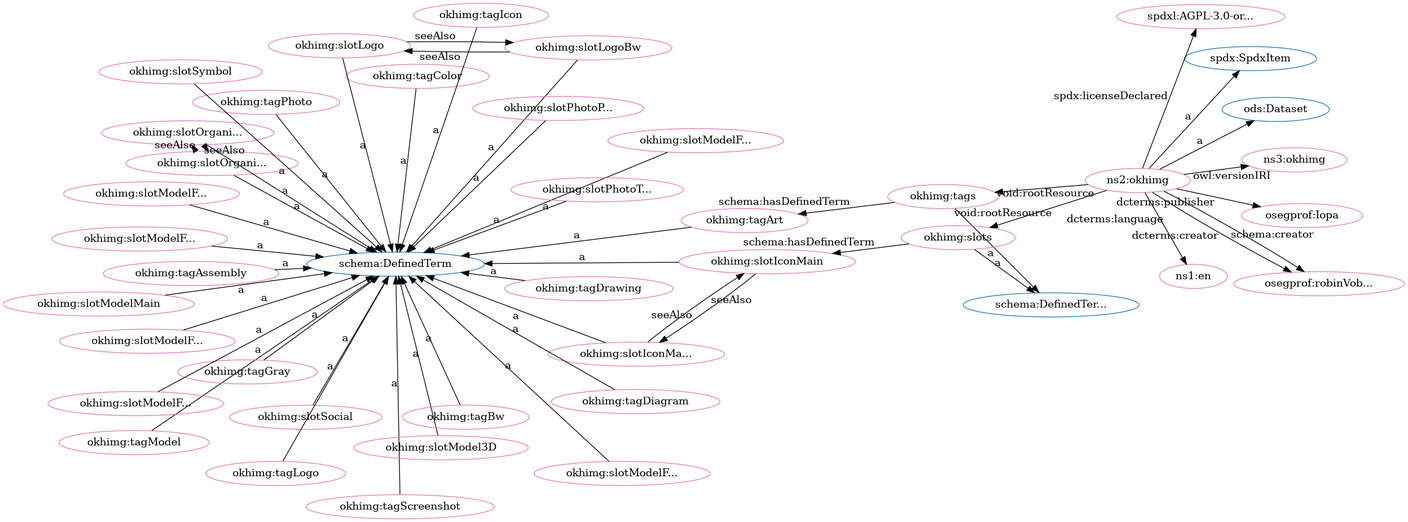
Before: src/spec/dot_okh-img-clean.png, a diagram exported from Graphviz (iop-alliance/OpenKnowHow). Its source is kept beside it as src/spec/dot_okh-img-clean.dot.
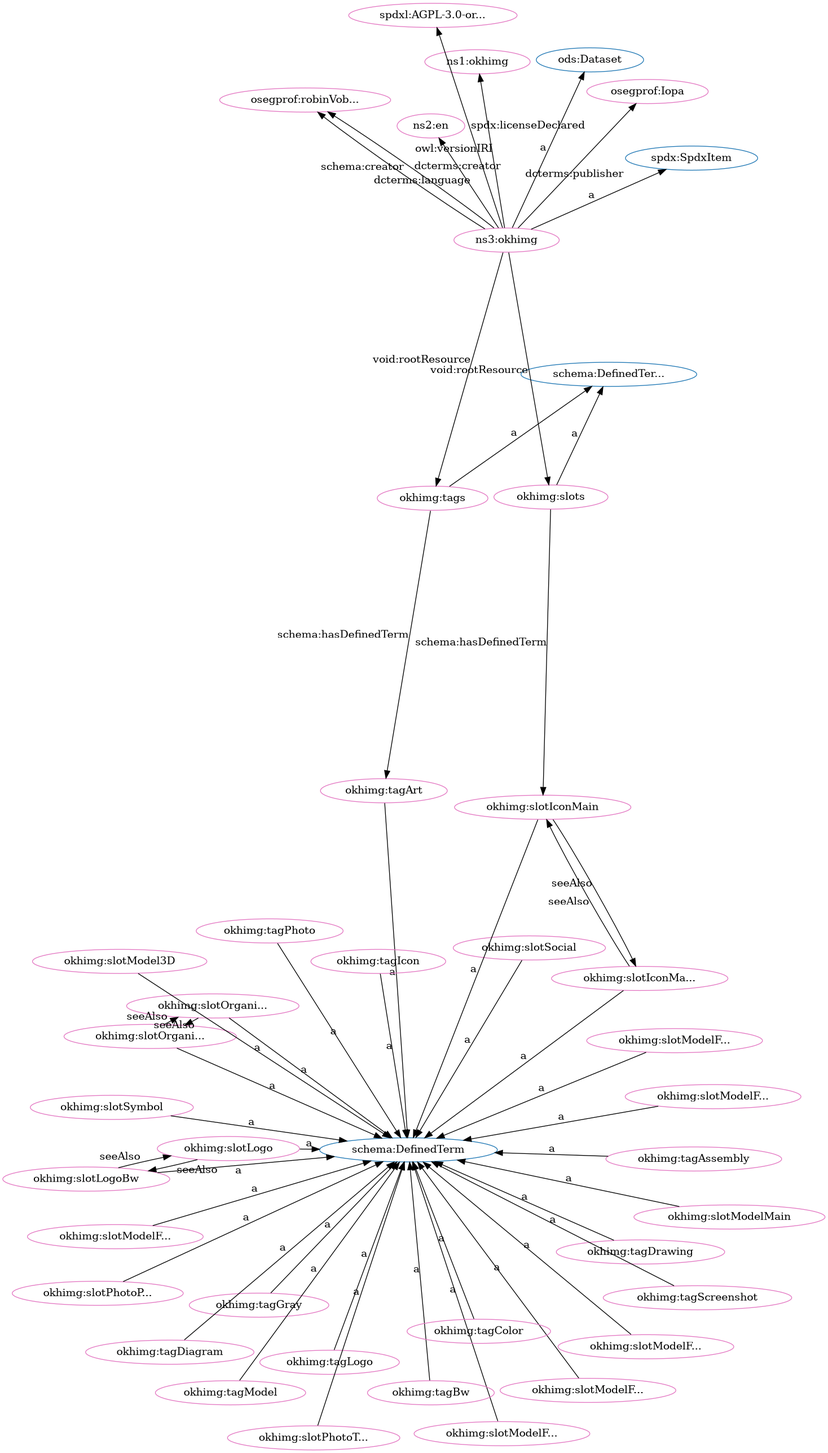
After the commit.

Change to the diagram source:
```diff
@@ -1,96 +1,96 @@
 digraph G {
   rankdir=BT
   node[height=.3]
+"http://spdx.org/rdf/terms#SpdxItem" [fillcolor="#1f77b4" color="#1f77b4" label="spdx:SpdxItem"]
+"http://schema.org/DefinedTermSet" [fillcolor="#1f77b4" color="#1f77b4" label="schema:DefinedTer..."]
 "http://schema.org/DefinedTerm" [fillcolor="#1f77b4" color="#1f77b4" label="schema:DefinedTerm"]
 "http://w3id.org/oseg/ont/ods#Dataset" [fillcolor="#1f77b4" color="#1f77b4" label="ods:Dataset"]
-"http://schema.org/DefinedTermSet" [fillcolor="#1f77b4" color="#1f77b4" label="schema:DefinedTer..."]
-"http://spdx.org/rdf/terms#SpdxItem" [fillcolor="#1f77b4" color="#1f77b4" label="spdx:SpdxItem"]
+"http://w3id.org/oseg/ont/okhimg#slotModelFromBack" [fillcolor="#e377c2" color="#e377c2" label="okhimg:slotModelF..."]
+"http://w3id.org/oseg/ont/okhimg#slotSocial" [fillcolor="#e377c2" color="#e377c2" label="okhimg:slotSocial"]
+"http://w3id.org/oseg/ont/okhimg#tagGray" [fillcolor="#e377c2" color="#e377c2" label="okhimg:tagGray"]
+"http://w3id.org/oseg/ont/okhimg#slotModelFromBelow" [fillcolor="#e377c2" color="#e377c2" label="okhimg:slotModelF..."]
 "http://w3id.org/oseg/ont/okhimg#slotOrganizationLogo" [fillcolor="#e377c2" color="#e377c2" label="okhimg:slotOrgani..."]
+"http://w3id.org/oseg/ont/0.1.0/okhimg" [fillcolor="#e377c2" color="#e377c2" label="ns1:okhimg"]
+"http://w3id.org/oseg/ont/okhimg#tags" [fillcolor="#e377c2" color="#e377c2" label="okhimg:tags"]
+"http://w3id.org/oseg/ont/oseg-profiles#robinVobruba" [fillcolor="#e377c2" color="#e377c2" label="osegprof:robinVob..."]
+"http://w3id.org/oseg/ont/okhimg#slotLogo" [fillcolor="#e377c2" color="#e377c2" label="okhimg:slotLogo"]
+"http://w3id.org/oseg/ont/okhimg#slotModelMain" [fillcolor="#e377c2" color="#e377c2" label="okhimg:slotModelMain"]
+"http://w3id.org/oseg/ont/okhimg#slotIconMain" [fillcolor="#e377c2" color="#e377c2" label="okhimg:slotIconMain"]
+"http://w3id.org/oseg/ont/okhimg#tagDrawing" [fillcolor="#e377c2" color="#e377c2" label="okhimg:tagDrawing"]
+"http://id.loc.gov/vocabulary/iso639-1/en" [fillcolor="#e377c2" color="#e377c2" label="ns2:en"]
+"http://spdx.org/licenses/AGPL-3.0-or-later" [fillcolor="#e377c2" color="#e377c2" label="spdxl:AGPL-3.0-or..."]
+"http://w3id.org/oseg/ont/okhimg#slotLogoBw" [fillcolor="#e377c2" color="#e377c2" label="okhimg:slotLogoBw"]
+"http://w3id.org/oseg/ont/okhimg#slotModelFromRight" [fillcolor="#e377c2" color="#e377c2" label="okhimg:slotModelF..."]
+"http://w3id.org/oseg/ont/okhimg#slotIconMainBw" [fillcolor="#e377c2" color="#e377c2" label="okhimg:slotIconMa..."]
+"http://w3id.org/oseg/ont/okhimg#slotModel3D" [fillcolor="#e377c2" color="#e377c2" label="okhimg:slotModel3D"]
+"http://w3id.org/oseg/ont/okhimg#slotOrganizationLogoBw" [fillcolor="#e377c2" color="#e377c2" label="okhimg:slotOrgani..."]
+"http://w3id.org/oseg/ont/okhimg" [fillcolor="#e377c2" color="#e377c2" label="ns3:okhimg"]
+"http://w3id.org/oseg/ont/okhimg#slotModelFromAbove" [fillcolor="#e377c2" color="#e377c2" label="okhimg:slotModelF..."]
+"http://w3id.org/oseg/ont/okhimg#slotSymbol" [fillcolor="#e377c2" color="#e377c2" label="okhimg:slotSymbol"]
 "http://w3id.org/oseg/ont/okhimg#tagModel" [fillcolor="#e377c2" color="#e377c2" label="okhimg:tagModel"]
-"http://w3id.org/oseg/ont/okhimg#tags" [fillcolor="#e377c2" color="#e377c2" label="okhimg:tags"]
+"http://w3id.org/oseg/ont/oseg-profiles#Iopa" [fillcolor="#e377c2" color="#e377c2" label="osegprof:Iopa"]
+"http://w3id.org/oseg/ont/okhimg#tagBw" [fillcolor="#e377c2" color="#e377c2" label="okhimg:tagBw"]
+"http://w3id.org/oseg/ont/okhimg#tagArt" [fillcolor="#e377c2" color="#e377c2" label="okhimg:tagArt"]
+"http://w3id.org/oseg/ont/okhimg#tagDiagram" [fillcolor="#e377c2" color="#e377c2" label="okhimg:tagDiagram"]
+"http://w3id.org/oseg/ont/okhimg#tagColor" [fillcolor="#e377c2" color="#e377c2" label="okhimg:tagColor"]
+"http://w3id.org/oseg/ont/okhimg#slotPhotoPackaging" [fillcolor="#e377c2" color="#e377c2" label="okhimg:slotPhotoP..."]
+"http://w3id.org/oseg/ont/okhimg#tagPhoto" [fillcolor="#e377c2" color="#e377c2" label="okhimg:tagPhoto"]
+"http://w3id.org/oseg/ont/okhimg#slotModelFromFront" [fillcolor="#e377c2" color="#e377c2" label="okhimg:slotModelF..."]
+"http://w3id.org/oseg/ont/okhimg#tagAssembly" [fillcolor="#e377c2" color="#e377c2" label="okhimg:tagAssembly"]
+"http://w3id.org/oseg/ont/okhimg#slots" [fillcolor="#e377c2" color="#e377c2" label="okhimg:slots"]
+"http://w3id.org/oseg/ont/okhimg#tagIcon" [fillcolor="#e377c2" color="#e377c2" label="okhimg:tagIcon"]
 "http://w3id.org/oseg/ont/okhimg#tagScreenshot" [fillcolor="#e377c2" color="#e377c2" label="okhimg:tagScreenshot"]
-"http://id.loc.gov/vocabulary/iso639-1/en" [fillcolor="#e377c2" color="#e377c2" label="ns1:en"]
-"http://w3id.org/oseg/ont/okhimg#slotOrganizationLogoBw" [fillcolor="#e377c2" color="#e377c2" label="okhimg:slotOrgani..."]
-"http://spdx.org/licenses/AGPL-3.0-or-later" [fillcolor="#e377c2" color="#e377c2" label="spdxl:AGPL-3.0-or..."]
-"http://w3id.org/oseg/ont/okhimg#tagGray" [fillcolor="#e377c2" color="#e377c2" label="okhimg:tagGray"]
-"http://w3id.org/oseg/ont/oseg-profiles#robinVobruba" [fillcolor="#e377c2" color="#e377c2" label="osegprof:robinVob..."]
-"http://w3id.org/oseg/ont/okhimg#slotIconMainBw" [fillcolor="#e377c2" color="#e377c2" label="okhimg:slotIconMa..."]
-"http://w3id.org/oseg/ont/okhimg#tagAssembly" [fillcolor="#e377c2" color="#e377c2" label="okhimg:tagAssembly"]
-"http://w3id.org/oseg/ont/okhimg#tagColor" [fillcolor="#e377c2" color="#e377c2" label="okhimg:tagColor"]
-"http://w3id.org/oseg/ont/okhimg#slots" [fillcolor="#e377c2" color="#e377c2" label="okhimg:slots"]
-"http://w3id.org/oseg/ont/okhimg#slotSocial" [fillcolor="#e377c2" color="#e377c2" label="okhimg:slotSocial"]
-"http://w3id.org/oseg/ont/okhimg" [fillcolor="#e377c2" color="#e377c2" label="ns2:okhimg"]
-"http://w3id.org/oseg/ont/okhimg#slotLogoBw" [fillcolor="#e377c2" color="#e377c2" label="okhimg:slotLogoBw"]
 "http://w3id.org/oseg/ont/okhimg#tagLogo" [fillcolor="#e377c2" color="#e377c2" label="okhimg:tagLogo"]
-"http://w3id.org/oseg/ont/okhimg#tagPhoto" [fillcolor="#e377c2" color="#e377c2" label="okhimg:tagPhoto"]
-"http://w3id.org/oseg/ont/okhimg#slotIconMain" [fillcolor="#e377c2" color="#e377c2" label="okhimg:slotIconMain"]
-"http://w3id.org/oseg/ont/okhimg#slotModel3D" [fillcolor="#e377c2" color="#e377c2" label="okhimg:slotModel3D"]
-"http://w3id.org/oseg/ont/0.1.0/okhimg" [fillcolor="#e377c2" color="#e377c2" label="ns3:okhimg"]
-"http://w3id.org/oseg/ont/oseg-profiles#Iopa" [fillcolor="#e377c2" color="#e377c2" label="osegprof:Iopa"]
-"http://w3id.org/oseg/ont/okhimg#slotModelMain" [fillcolor="#e377c2" color="#e377c2" label="okhimg:slotModelMain"]
-"http://w3id.org/oseg/ont/okhimg#slotModelFromAbove" [fillcolor="#e377c2" color="#e377c2" label="okhimg:slotModelF..."]
-"http://w3id.org/oseg/ont/okhimg#tagDrawing" [fillcolor="#e377c2" color="#e377c2" label="okhimg:tagDrawing"]
-"http://w3id.org/oseg/ont/okhimg#slotLogo" [fillcolor="#e377c2" color="#e377c2" label="okhimg:slotLogo"]
-"http://w3id.org/oseg/ont/okhimg#slotModelFromBelow" [fillcolor="#e377c2" color="#e377c2" label="okhimg:slotModelF..."]
+"http://w3id.org/oseg/ont/okhimg#slotPhotoThingMain" [fillcolor="#e377c2" color="#e377c2" label="okhimg:slotPhotoT..."]
 "http://w3id.org/oseg/ont/okhimg#slotModelFromLeft" [fillcolor="#e377c2" color="#e377c2" label="okhimg:slotModelF..."]
-"http://w3id.org/oseg/ont/okhimg#slotPhotoThingMain" [fillcolor="#e377c2" color="#e377c2" label="okhimg:slotPhotoT..."]
-"http://w3id.org/oseg/ont/okhimg#tagIcon" [fillcolor="#e377c2" color="#e377c2" label="okhimg:tagIcon"]
-"http://w3id.org/oseg/ont/okhimg#slotPhotoPackaging" [fillcolor="#e377c2" color="#e377c2" label="okhimg:slotPhotoP..."]
-"http://w3id.org/oseg/ont/okhimg#tagDiagram" [fillcolor="#e377c2" color="#e377c2" label="okhimg:tagDiagram"]
-"http://w3id.org/oseg/ont/okhimg#tagArt" [fillcolor="#e377c2" color="#e377c2" label="okhimg:tagArt"]
-"http://w3id.org/oseg/ont/okhimg#tagBw" [fillcolor="#e377c2" color="#e377c2" label="okhimg:tagBw"]
-"http://w3id.org/oseg/ont/okhimg#slotModelFromRight" [fillcolor="#e377c2" color="#e377c2" label="okhimg:slotModelF..."]
-"http://w3id.org/oseg/ont/okhimg#slotSymbol" [fillcolor="#e377c2" color="#e377c2" label="okhimg:slotSymbol"]
-"http://w3id.org/oseg/ont/okhimg#slotModelFromFront" [fillcolor="#e377c2" color="#e377c2" label="okhimg:slotModelF..."]
-"http://w3id.org/oseg/ont/okhimg#slotModelFromBack" [fillcolor="#e377c2" color="#e377c2" label="okhimg:slotModelF..."]
+  "http://w3id.org/oseg/ont/okhimg#slotModelFromBack" -> "http://schema.org/DefinedTerm" [label="a"]
+  "http://w3id.org/oseg/ont/okhimg#slotSocial" -> "http://schema.org/DefinedTerm" [label="a"]
+  "http://w3id.org/oseg/ont/okhimg#tagGray" -> "http://schema.org/DefinedTerm" [label="a"]
+  "http://w3id.org/oseg/ont/okhimg#slotModelFromBelow" -> "http://schema.org/DefinedTerm" [label="a"]
   "http://w3id.org/oseg/ont/okhimg#slotOrganizationLogoBw" -> "http://w3id.org/oseg/ont/okhimg#slotOrganizationLogo" [label="seeAlso"]
+  "http://w3id.org/oseg/ont/okhimg" -> "http://w3id.org/oseg/ont/0.1.0/okhimg" [label="owl:versionIRI"]
+  "http://w3id.org/oseg/ont/okhimg" -> "http://w3id.org/oseg/ont/okhimg#tags" [label="void:rootResource"]
+  "http://w3id.org/oseg/ont/okhimg" -> "http://w3id.org/oseg/ont/oseg-profiles#robinVobruba" [label="schema:creator"]
+  "http://w3id.org/oseg/ont/okhimg#slotLogoBw" -> "http://w3id.org/oseg/ont/okhimg#slotLogo" [label="seeAlso"]
+  "http://w3id.org/oseg/ont/okhimg#slotModelMain" -> "http://schema.org/DefinedTerm" [label="a"]
+  "http://w3id.org/oseg/ont/okhimg#slotIconMainBw" -> "http://w3id.org/oseg/ont/okhimg#slotIconMain" [label="seeAlso"]
+  "http://w3id.org/oseg/ont/okhimg#tagDrawing" -> "http://schema.org/DefinedTerm" [label="a"]
+  "http://w3id.org/oseg/ont/okhimg" -> "http://id.loc.gov/vocabulary/iso639-1/en" [label="dcterms:language"]
+  "http://w3id.org/oseg/ont/okhimg" -> "http://spdx.org/licenses/AGPL-3.0-or-later" [label="spdx:licenseDeclared"]
+  "http://w3id.org/oseg/ont/okhimg#slotLogoBw" -> "http://schema.org/DefinedTerm" [label="a"]
+  "http://w3id.org/oseg/ont/okhimg#slotModelFromRight" -> "http://schema.org/DefinedTerm" [label="a"]
+  "http://w3id.org/oseg/ont/okhimg#slots" -> "http://w3id.org/oseg/ont/okhimg#slotIconMain" [label="schema:hasDefinedTerm"]
+  "http://w3id.org/oseg/ont/okhimg#slotIconMain" -> "http://w3id.org/oseg/ont/okhimg#slotIconMainBw" [label="seeAlso"]
+  "http://w3id.org/oseg/ont/okhimg#slotModel3D" -> "http://schema.org/DefinedTerm" [label="a"]
+  "http://w3id.org/oseg/ont/okhimg#slotOrganizationLogo" -> "http://w3id.org/oseg/ont/okhimg#slotOrganizationLogoBw" [label="seeAlso"]
+  "http://w3id.org/oseg/ont/okhimg" -> "http://w3id.org/oseg/ont/ods#Dataset" [label="a"]
+  "http://w3id.org/oseg/ont/okhimg" -> "http://spdx.org/rdf/terms#SpdxItem" [label="a"]
+  "http://w3id.org/oseg/ont/okhimg#tags" -> "http://schema.org/DefinedTermSet" [label="a"]
+  "http://w3id.org/oseg/ont/okhimg#slotModelFromAbove" -> "http://schema.org/DefinedTerm" [label="a"]
+  "http://w3id.org/oseg/ont/okhimg#slotSymbol" -> "http://schema.org/DefinedTerm" [label="a"]
+  "http://w3id.org/oseg/ont/okhimg" -> "http://w3id.org/oseg/ont/oseg-profiles#robinVobruba" [label="dcterms:creator"]
   "http://w3id.org/oseg/ont/okhimg#tagModel" -> "http://schema.org/DefinedTerm" [label="a"]
-  "http://w3id.org/oseg/ont/okhimg" -> "http://w3id.org/oseg/ont/okhimg#tags" [label="void:rootResource"]
+  "http://w3id.org/oseg/ont/okhimg" -> "http://w3id.org/oseg/ont/oseg-profiles#Iopa" [label="dcterms:publisher"]
+  "http://w3id.org/oseg/ont/okhimg#tagBw" -> "http://schema.org/DefinedTerm" [label="a"]
+  "http://w3id.org/oseg/ont/okhimg#tags" -> "http://w3id.org/oseg/ont/okhimg#tagArt" [label="schema:hasDefinedTerm"]
+  "http://w3id.org/oseg/ont/okhimg#slotIconMain" -> "http://schema.org/DefinedTerm" [label="a"]
+  "http://w3id.org/oseg/ont/okhimg#tagDiagram" -> "http://schema.org/DefinedTerm" [label="a"]
+  "http://w3id.org/oseg/ont/okhimg#slotLogo" -> "http://schema.org/DefinedTerm" [label="a"]
+  "http://w3id.org/oseg/ont/okhimg#tagColor" -> "http://schema.org/DefinedTerm" [label="a"]
+  "http://w3id.org/oseg/ont/okhimg#slotPhotoPackaging" -> "http://schema.org/DefinedTerm" [label="a"]
+  "http://w3id.org/oseg/ont/okhimg#slotOrganizationLogo" -> "http://schema.org/DefinedTerm" [label="a"]
+  "http://w3id.org/oseg/ont/okhimg#tagPhoto" -> "http://schema.org/DefinedTerm" [label="a"]
+  "http://w3id.org/oseg/ont/okhimg#slotModelFromFront" -> "http://schema.org/DefinedTerm" [label="a"]
+  "http://w3id.org/oseg/ont/okhimg#slotIconMainBw" -> "http://schema.org/DefinedTerm" [label="a"]
+  "http://w3id.org/oseg/ont/okhimg#slotOrganizationLogoBw" -> "http://schema.org/DefinedTerm" [label="a"]
+  "http://w3id.org/oseg/ont/okhimg#tagAssembly" -> "http://schema.org/DefinedTerm" [label="a"]
+  "http://w3id.org/oseg/ont/okhimg" -> "http://w3id.org/oseg/ont/okhimg#slots" [label="void:rootResource"]
+  "http://w3id.org/oseg/ont/okhimg#slotLogo" -> "http://w3id.org/oseg/ont/okhimg#slotLogoBw" [label="seeAlso"]
+  "http://w3id.org/oseg/ont/okhimg#slots" -> "http://schema.org/DefinedTermSet" [label="a"]
+  "http://w3id.org/oseg/ont/okhimg#tagIcon" -> "http://schema.org/DefinedTerm" [label="a"]
   "http://w3id.org/oseg/ont/okhimg#tagScreenshot" -> "http://schema.org/DefinedTerm" [label="a"]
-  "http://w3id.org/oseg/ont/okhimg" -> "http://id.loc.gov/vocabulary/iso639-1/en" [label="dcterms:language"]
-  "http://w3id.org/oseg/ont/okhimg#slotOrganizationLogo" -> "http://w3id.org/oseg/ont/okhimg#slotOrganizationLogoBw" [label="seeAlso"]
-  "http://w3id.org/oseg/ont/okhimg#tags" -> "http://schema.org/DefinedTermSet" [label="a"]
-  "http://w3id.org/oseg/ont/okhimg#tagGray" -> "http://schema.org/DefinedTerm" [label="a"]
-  "http://w3id.org/oseg/ont/okhimg" -> "http://w3id.org/oseg/ont/oseg-profiles#robinVobruba" [label="schema:creator"]
-  "http://w3id.org/oseg/ont/okhimg#slotIconMainBw" -> "http://schema.org/DefinedTerm" [label="a"]
-  "http://w3id.org/oseg/ont/okhimg#tagAssembly" -> "http://schema.org/DefinedTerm" [label="a"]
-  "http://w3id.org/oseg/ont/okhimg#slotOrganizationLogoBw" -> "http://schema.org/DefinedTerm" [label="a"]
-  "http://w3id.org/oseg/ont/okhimg#tagColor" -> "http://schema.org/DefinedTerm" [label="a"]
-  "http://w3id.org/oseg/ont/okhimg" -> "http://w3id.org/oseg/ont/okhimg#slots" [label="void:rootResource"]
-  "http://w3id.org/oseg/ont/okhimg#slotSocial" -> "http://schema.org/DefinedTerm" [label="a"]
-  "http://w3id.org/oseg/ont/okhimg" -> "http://spdx.org/rdf/terms#SpdxItem" [label="a"]
-  "http://w3id.org/oseg/ont/okhimg#slotLogoBw" -> "http://schema.org/DefinedTerm" [label="a"]
   "http://w3id.org/oseg/ont/okhimg#tagLogo" -> "http://schema.org/DefinedTerm" [label="a"]
-  "http://w3id.org/oseg/ont/okhimg#slotLogo" -> "http://w3id.org/oseg/ont/okhimg#slotLogoBw" [label="seeAlso"]
-  "http://w3id.org/oseg/ont/okhimg#tagPhoto" -> "http://schema.org/DefinedTerm" [label="a"]
-  "http://w3id.org/oseg/ont/okhimg#slotIconMainBw" -> "http://w3id.org/oseg/ont/okhimg#slotIconMain" [label="seeAlso"]
-  "http://w3id.org/oseg/ont/okhimg#slotModel3D" -> "http://schema.org/DefinedTerm" [label="a"]
-  "http://w3id.org/oseg/ont/okhimg" -> "http://w3id.org/oseg/ont/0.1.0/okhimg" [label="owl:versionIRI"]
-  "http://w3id.org/oseg/ont/okhimg" -> "http://w3id.org/oseg/ont/oseg-profiles#Iopa" [label="dcterms:publisher"]
-  "http://w3id.org/oseg/ont/okhimg" -> "http://w3id.org/oseg/ont/oseg-profiles#robinVobruba" [label="dcterms:creator"]
-  "http://w3id.org/oseg/ont/okhimg#slotModelMain" -> "http://schema.org/DefinedTerm" [label="a"]
-  "http://w3id.org/oseg/ont/okhimg#slotModelFromAbove" -> "http://schema.org/DefinedTerm" [label="a"]
-  "http://w3id.org/oseg/ont/okhimg#slotIconMain" -> "http://schema.org/DefinedTerm" [label="a"]
-  "http://w3id.org/oseg/ont/okhimg#tagDrawing" -> "http://schema.org/DefinedTerm" [label="a"]
-  "http://w3id.org/oseg/ont/okhimg#slotLogo" -> "http://schema.org/DefinedTerm" [label="a"]
-  "http://w3id.org/oseg/ont/okhimg#slotOrganizationLogo" -> "http://schema.org/DefinedTerm" [label="a"]
-  "http://w3id.org/oseg/ont/okhimg#slotModelFromBelow" -> "http://schema.org/DefinedTerm" [label="a"]
+  "http://w3id.org/oseg/ont/okhimg#slotPhotoThingMain" -> "http://schema.org/DefinedTerm" [label="a"]
   "http://w3id.org/oseg/ont/okhimg#slotModelFromLeft" -> "http://schema.org/DefinedTerm" [label="a"]
-  "http://w3id.org/oseg/ont/okhimg#slotPhotoThingMain" -> "http://schema.org/DefinedTerm" [label="a"]
-  "http://w3id.org/oseg/ont/okhimg#slotLogoBw" -> "http://w3id.org/oseg/ont/okhimg#slotLogo" [label="seeAlso"]
-  "http://w3id.org/oseg/ont/okhimg#slotIconMain" -> "http://w3id.org/oseg/ont/okhimg#slotIconMainBw" [label="seeAlso"]
-  "http://w3id.org/oseg/ont/okhimg#tagIcon" -> "http://schema.org/DefinedTerm" [label="a"]
-  "http://w3id.org/oseg/ont/okhimg#slotPhotoPackaging" -> "http://schema.org/DefinedTerm" [label="a"]
-  "http://w3id.org/oseg/ont/okhimg#tagDiagram" -> "http://schema.org/DefinedTerm" [label="a"]
-  "http://w3id.org/oseg/ont/okhimg#tags" -> "http://w3id.org/oseg/ont/okhimg#tagArt" [label="schema:hasDefinedTerm"]
-  "http://w3id.org/oseg/ont/okhimg#tagBw" -> "http://schema.org/DefinedTerm" [label="a"]
   "http://w3id.org/oseg/ont/okhimg#tagArt" -> "http://schema.org/DefinedTerm" [label="a"]
-  "http://w3id.org/oseg/ont/okhimg#slotModelFromRight" -> "http://schema.org/DefinedTerm" [label="a"]
-  "http://w3id.org/oseg/ont/okhimg" -> "http://w3id.org/oseg/ont/ods#Dataset" [label="a"]
-  "http://w3id.org/oseg/ont/okhimg#slots" -> "http://schema.org/DefinedTermSet" [label="a"]
-  "http://w3id.org/oseg/ont/okhimg#slots" -> "http://w3id.org/oseg/ont/okhimg#slotIconMain" [label="schema:hasDefinedTerm"]
-  "http://w3id.org/oseg/ont/okhimg#slotSymbol" -> "http://schema.org/DefinedTerm" [label="a"]
-  "http://w3id.org/oseg/ont/okhimg#slotModelFromFront" -> "http://schema.org/DefinedTerm" [label="a"]
-  "http://w3id.org/oseg/ont/okhimg#slotModelFromBack" -> "http://schema.org/DefinedTerm" [label="a"]
-  "http://w3id.org/oseg/ont/okhimg" -> "http://spdx.org/licenses/AGPL-3.0-or-later" [label="spdx:licenseDeclared"]
 }
```
